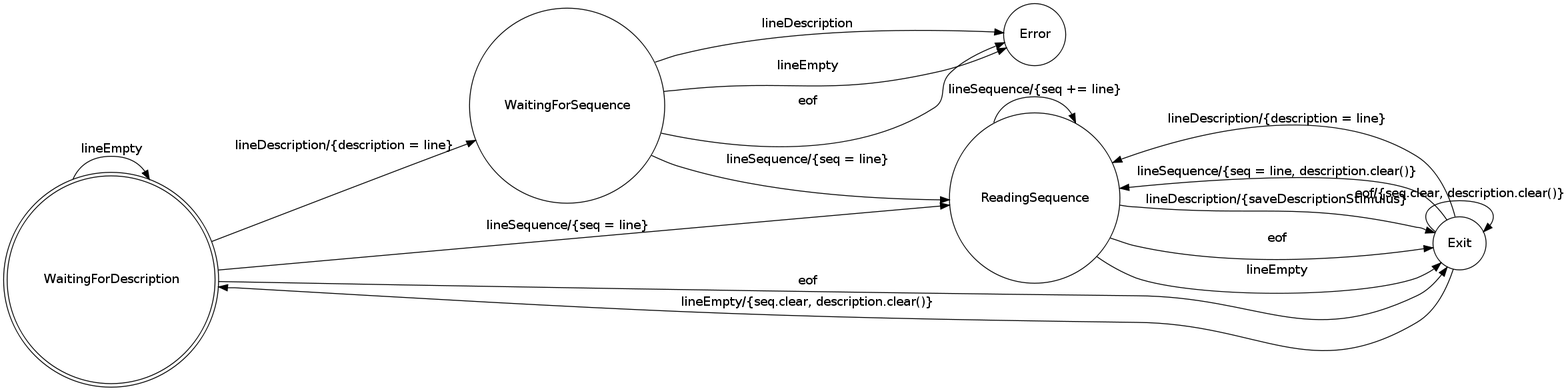
The Graphviz diagram doc/FSM.png in fmunoz92/biopp-filer, before a commit. Its source is kept beside it as doc/fsm.gv.
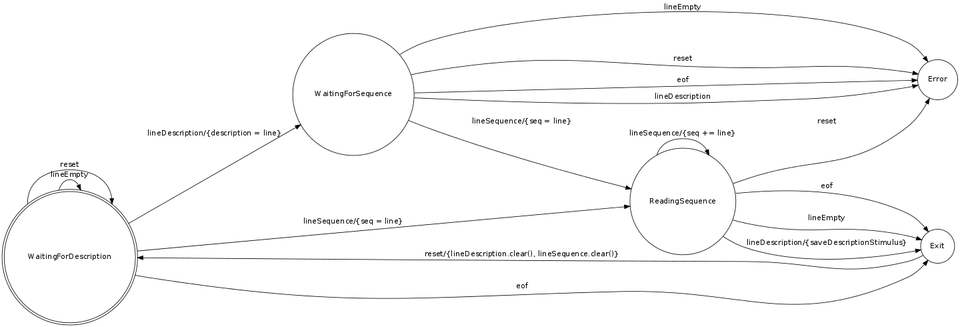
After the commit.

Change to the diagram source:
```diff
@@ -1,26 +1,26 @@
 digraph finite_state_machine {
-    rankdir=LR;
-    size="15"
-    node [shape = doublecircle]; WaitingForDescription;
-    node [shape = circle];
+	rankdir=LR;
+	size="15"
+	node [shape = doublecircle]; WaitingForDescription;
+	node [shape = circle];
 
-    WaitingForDescription -> WaitingForDescription [ label = "lineEmpty"                                      ];
-    WaitingForDescription -> WaitingForSequence    [ label = "lineDescription/{description = line}"           ];
-    WaitingForDescription -> ReadingSequence       [ label = "lineSequence/{seq = line}"                      ];
-    WaitingForDescription -> Exit                  [ label = "eof"                                            ];
+    WaitingForDescription -> WaitingForDescription [ label = "lineEmpty" ];
+    WaitingForDescription -> WaitingForDescription [ label = "reset" ];
+	WaitingForDescription -> WaitingForSequence    [ label = "lineDescription/{description = line}" ];
+	WaitingForDescription -> ReadingSequence       [ label = "lineSequence/{seq = line}" ];
+	WaitingForDescription -> Exit                  [ label = "eof" ];
 
-    WaitingForSequence    -> ReadingSequence       [ label = "lineSequence/{seq = line}"                      ];
-    WaitingForSequence    -> Error                 [ label = "lineDescription"                                ];
-    WaitingForSequence    -> Error                 [ label = "lineEmpty"                                      ];
-    WaitingForSequence    -> Error                 [ label = "eof"                                            ];
+	WaitingForSequence    -> ReadingSequence       [ label = "lineSequence/{seq = line}" ];
+	WaitingForSequence    -> Error                 [ label = "lineDescription" ];
+	WaitingForSequence    -> Error                 [ label = "lineEmpty" ];
+	WaitingForSequence    -> Error                 [ label = "reset" ];
+	WaitingForSequence    -> Error                 [ label = "eof" ];
 
-    ReadingSequence       -> Exit                  [ label = "lineEmpty"                                      ];
-    ReadingSequence       -> ReadingSequence       [ label = "lineSequence/{seq += line}"                     ];
-    ReadingSequence       -> Exit                  [ label = "lineDescription/{saveDescriptionStimulus}"      ];
+	ReadingSequence       -> Exit                  [ label = "lineEmpty" ];
+	ReadingSequence       -> ReadingSequence       [ label = "lineSequence/{seq += line}" ];
+    ReadingSequence       -> Exit                  [ label = "lineDescription/{saveDescriptionStimulus}" ];
+    ReadingSequence       -> Error                 [ label = "reset" ];
     ReadingSequence       -> Exit                  [ label = "eof" ];
 
-    Exit                  -> ReadingSequence       [ label = "lineDescription/{description = line}"           ];
-    Exit                  -> ReadingSequence       [ label = "lineSequence/{seq = line, description.clear()}" ];
-    Exit                  -> WaitingForDescription [ label = "lineEmpty/{seq.clear, description.clear()}"     ];
-    Exit                  -> Exit                  [ label = "eof/{seq.clear, description.clear()}"           ];
+    Exit                 -> WaitingForDescription  [label = "reset/{lineDescription.clear(), lineSequence.clear()}"];
 }
```
